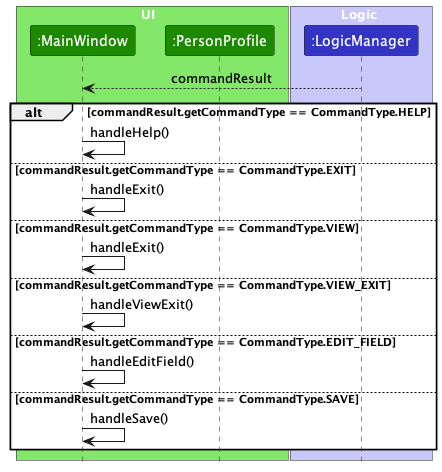
The PlantUML diagram docs/images/MainWindowCommandTypeSequenceDiagram.png in nus-cs2103-AY2324S1/tp, before a commit. Source of this version:
```plantuml
@startuml
!include style.puml
skinparam ArrowFontStyle plain

box UI  UI_COLOR_T1
participant ":MainWindow" as MainWindow UI_COLOR
participant ":PersonProfile" as PersonProfile UI_COLOR
end box

box Logic LOGIC_COLOR_T1
participant ":LogicManager" as LogicManager LOGIC_COLOR
end box

LogicManager --> MainWindow : commandResult
deactivate LogicManager

alt commandResult.getCommandType == CommandType.HELP
    MainWindow -> MainWindow : handleHelp()
else commandResult.getCommandType == CommandType.EXIT
    MainWindow -> MainWindow : handleExit()
else commandResult.getCommandType == CommandType.VIEW
    MainWindow -> MainWindow : handleExit()
else commandResult.getCommandType == CommandType.VIEW_EXIT
    MainWindow -> MainWindow : handleViewExit()
else commandResult.getCommandType == CommandType.EDIT_FIELD
    MainWindow -> MainWindow : handleEditField()
else commandResult.getCommandType == CommandType.SAVE
    MainWindow -> MainWindow : handleSave()
end

@enduml
```
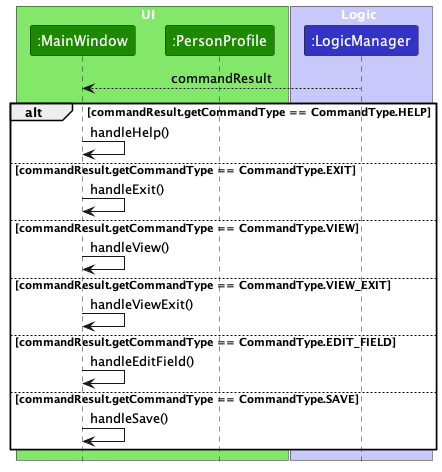
Above is the later version.

Change to the diagram source:
```diff
@@ -19,7 +19,7 @@
 else commandResult.getCommandType == CommandType.EXIT
     MainWindow -> MainWindow : handleExit()
 else commandResult.getCommandType == CommandType.VIEW
-    MainWindow -> MainWindow : handleExit()
+    MainWindow -> MainWindow : handleView()
 else commandResult.getCommandType == CommandType.VIEW_EXIT
     MainWindow -> MainWindow : handleViewExit()
 else commandResult.getCommandType == CommandType.EDIT_FIELD
```
